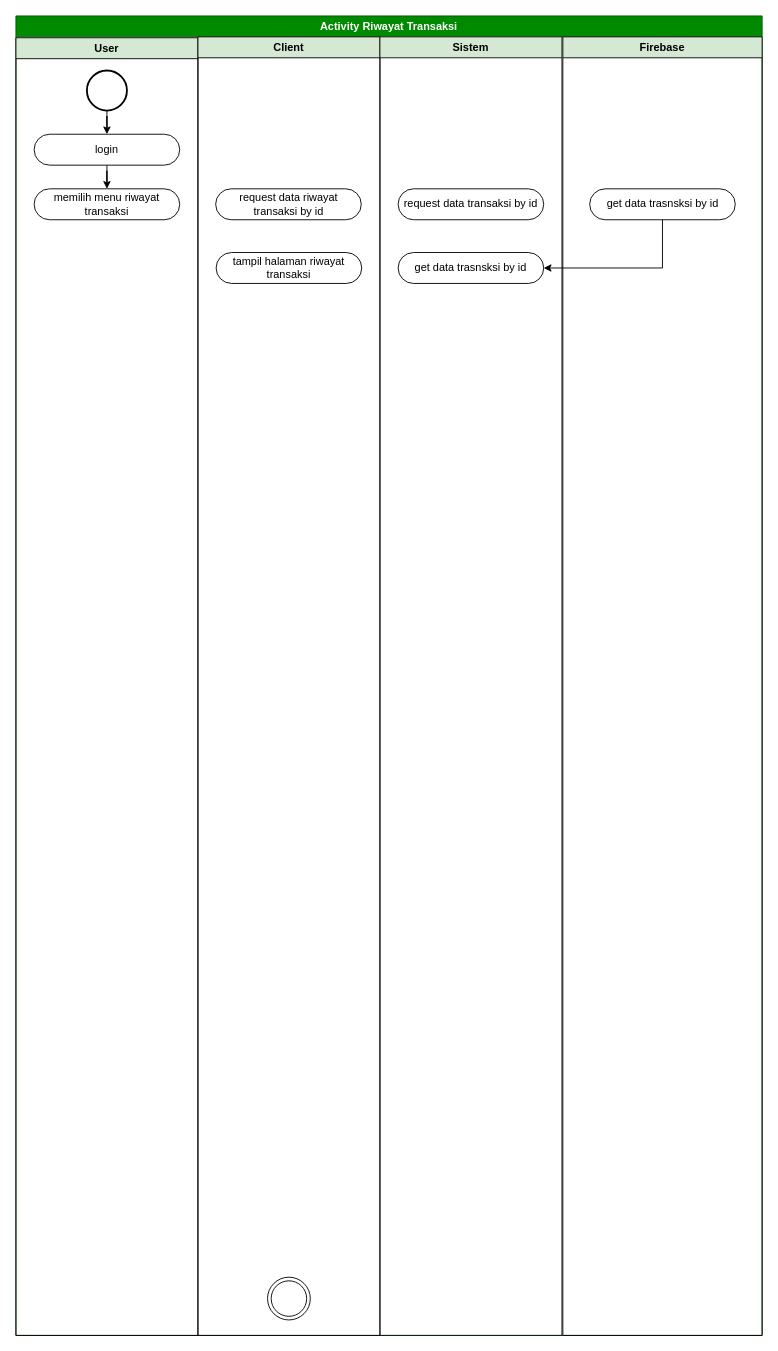
Earlier version of the draw.io diagram page "activity riwayat transaksi" (35 of 35) of skrpsian.drawio (ThikerXCX/umltoko). Source tidied: cells renumbered, new cells numbered last; positions are measured from the earlier drawing's top-left corner, leaving out a move shared by most shapes. Both pictures are drawn from the tidied source at 91%, with x=0, y=0 at pixel (15, 15).
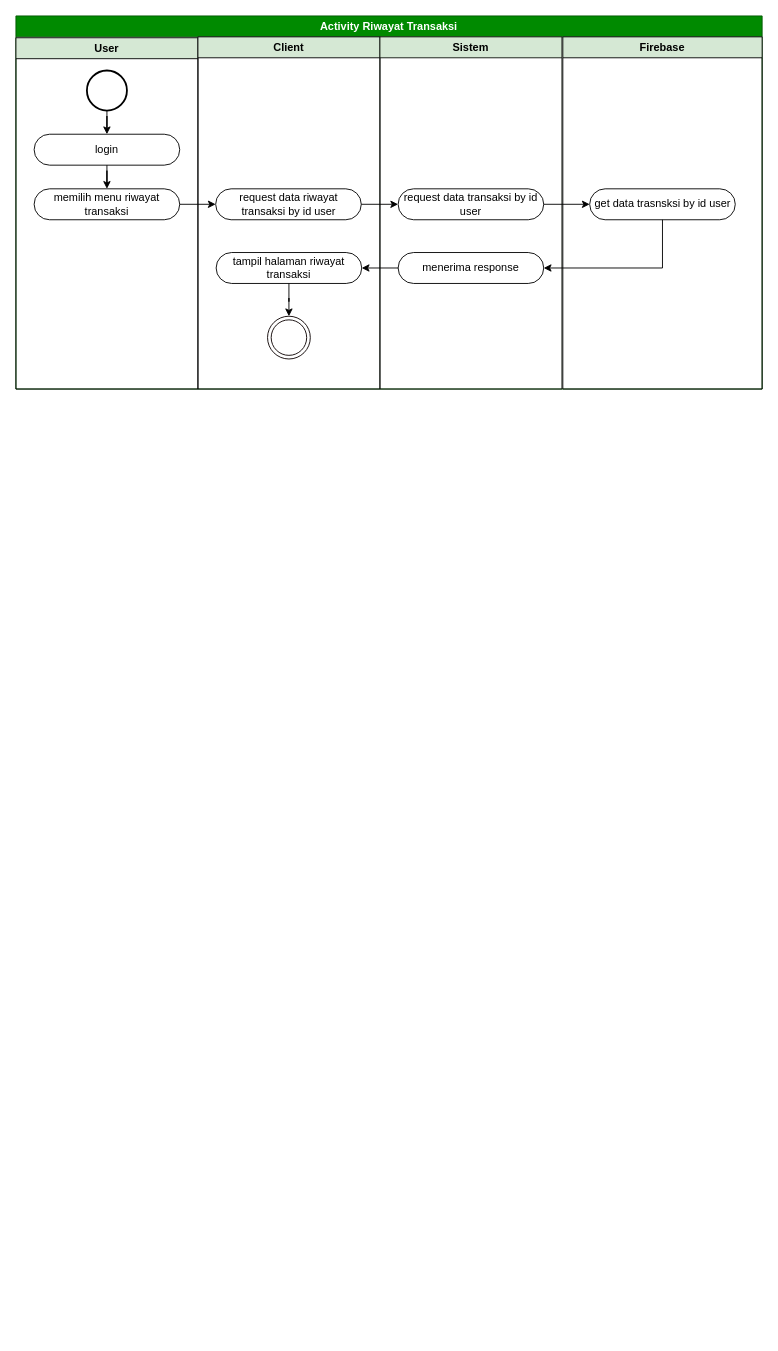
The same diagram, later.

The change refers to these unchanged cells:
```xml
<mxCell id="6" value="memilih menu riwayat transaksi" style="rounded=1;whiteSpace=wrap;html=1;arcSize=50;fillColor=none;" parent="3" vertex="1">
  <mxGeometry x="20" y="166" width="160" height="34" as="geometry" />
</mxCell>
<mxCell id="22" value="tampil halaman riwayat transaksi" style="rounded=1;whiteSpace=wrap;html=1;arcSize=50;fillColor=none;" parent="9" vertex="1">
  <mxGeometry x="20" y="237" width="160" height="34" as="geometry" />
</mxCell>
```

Diff of the diagram source:
```diff
@@
     <mxCell id="2" value="Activity Riwayat Transaksi" style="swimlane;whiteSpace=wrap;html=1;fillColor=#008a00;strokeColor=#005700;fontColor=#ffffff;" parent="1" vertex="1">
-      <mxGeometry width="820" height="1450" as="geometry" />
+      <mxGeometry width="820" height="410" as="geometry" />
     </mxCell>
     <mxCell id="3" value="User" style="swimlane;whiteSpace=wrap;html=1;fillColor=#d5e8d4;strokeColor=#000000;" parent="2" vertex="1">
-      <mxGeometry y="24" width="200" height="1426" as="geometry" />
+      <mxGeometry y="24" width="200" height="386" as="geometry" />
     </mxCell>
@@
     <mxCell id="9" value="Client" style="swimlane;whiteSpace=wrap;html=1;fillColor=#d5e8d4;startSize=23;strokeColor=#000000;" parent="2" vertex="1">
-      <mxGeometry x="200" y="23" width="200" height="1427" as="geometry" />
+      <mxGeometry x="200" y="23" width="200" height="387" as="geometry" />
     </mxCell>
@@
-    <mxCell id="20" value="request data riwayat transaksi by id" style="rounded=1;whiteSpace=wrap;html=1;arcSize=50;fillColor=none;" parent="9" vertex="1">
+    <mxCell id="20" value="request data riwayat transaksi by id user" style="rounded=1;whiteSpace=wrap;html=1;arcSize=50;fillColor=none;" parent="9" vertex="1">
       <mxGeometry x="19.5" y="167" width="160" height="34" as="geometry" />
     </mxCell>
     <mxCell id="21" style="ellipse;html=1;shape=endState;fillColor=none;strokeColor=#0A0000;" parent="9" vertex="1">
-      <mxGeometry x="76.5" y="1363" width="47" height="47" as="geometry" />
+      <mxGeometry x="76.5" y="307" width="47" height="47" as="geometry" />
     </mxCell>
+    <mxCell id="32" style="edgeStyle=orthogonalEdgeStyle;rounded=0;jettySize=auto;html=1;" parent="9" edge="1" source="22" target="21">
+      <mxGeometry relative="1" as="geometry" />
+    </mxCell>
@@
     <mxCell id="23" value="Sistem" style="swimlane;whiteSpace=wrap;html=1;fillColor=#d5e8d4;startSize=23;strokeColor=#0D120A;" parent="2" vertex="1">
-      <mxGeometry x="400" y="23" width="200" height="1427" as="geometry" />
+      <mxGeometry x="400" y="23" width="200" height="387" as="geometry" />
     </mxCell>
-    <mxCell id="24" value="request data transaksi by id" style="rounded=1;whiteSpace=wrap;html=1;arcSize=50;fillColor=none;" parent="23" vertex="1">
+    <mxCell id="24" value="request data transaksi by id user" style="rounded=1;whiteSpace=wrap;html=1;arcSize=50;fillColor=none;" parent="23" vertex="1">
       <mxGeometry x="20" y="167" width="160" height="34" as="geometry" />
     </mxCell>
-    <mxCell id="25" value="get data trasnsksi by id" style="rounded=1;whiteSpace=wrap;html=1;arcSize=50;fillColor=none;" parent="23" vertex="1">
+    <mxCell id="25" value="menerima response" style="rounded=1;whiteSpace=wrap;html=1;arcSize=50;fillColor=none;" parent="23" vertex="1">
       <mxGeometry x="20" y="237" width="160" height="34" as="geometry" />
     </mxCell>
     <mxCell id="26" value="Firebase" style="swimlane;whiteSpace=wrap;html=1;fillColor=#d5e8d4;strokeColor=#020301;" parent="2" vertex="1">
-      <mxGeometry x="601" y="23" width="219" height="1427" as="geometry" />
+      <mxGeometry x="601" y="23" width="219" height="387" as="geometry" />
     </mxCell>
-    <mxCell id="27" value="get data trasnsksi by id" style="rounded=1;whiteSpace=wrap;html=1;arcSize=50;fillColor=none;" parent="26" vertex="1">
+    <mxCell id="27" value="get data trasnsksi by id user" style="rounded=1;whiteSpace=wrap;html=1;arcSize=50;fillColor=none;" parent="26" vertex="1">
       <mxGeometry x="29.5" y="167" width="160" height="34" as="geometry" />
     </mxCell>
@@
+    <mxCell id="33" style="edgeStyle=orthogonalEdgeStyle;rounded=0;jettySize=auto;html=1;" parent="2" edge="1" source="6" target="20">
+      <mxGeometry relative="1" as="geometry" />
+    </mxCell>
+    <mxCell id="34" style="edgeStyle=orthogonalEdgeStyle;rounded=0;jettySize=auto;html=1;" parent="2" edge="1" source="20" target="24">
+      <mxGeometry relative="1" as="geometry" />
+    </mxCell>
+    <mxCell id="35" style="edgeStyle=orthogonalEdgeStyle;rounded=0;jettySize=auto;html=1;" parent="2" edge="1" source="24" target="27">
+      <mxGeometry relative="1" as="geometry" />
+    </mxCell>
+    <mxCell id="36" style="edgeStyle=orthogonalEdgeStyle;rounded=0;jettySize=auto;html=1;" parent="2" edge="1" source="25" target="22">
+      <mxGeometry relative="1" as="geometry" />
+    </mxCell>
```
